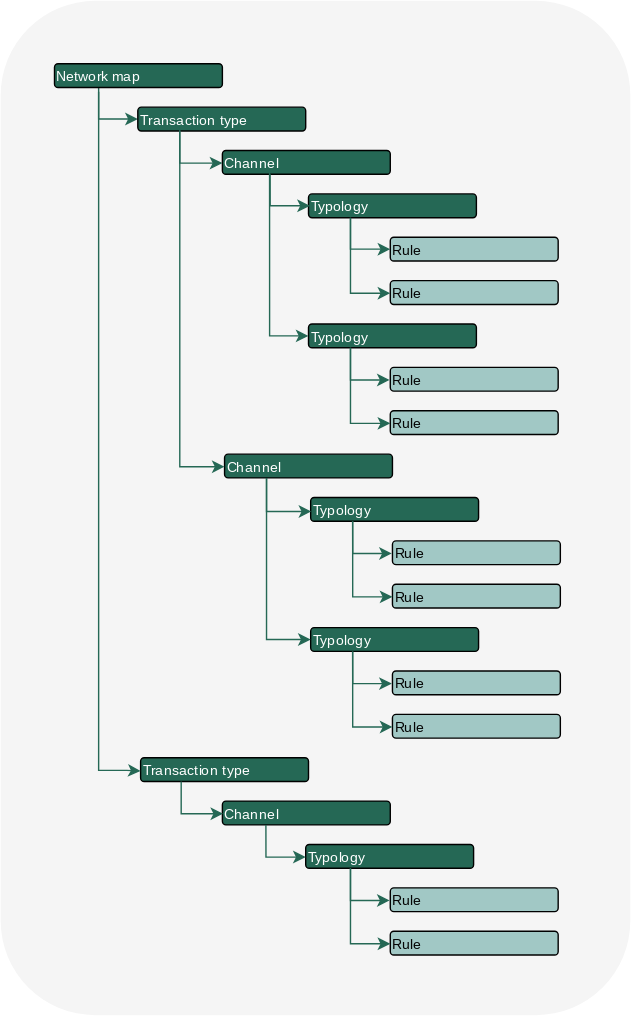
Earlier version of the draw.io export images/tazama-network-map-structure.drawio.svg (tazama-lf/docs). Source tidied: cells renumbered, new cells last; positions are measured from the earlier drawing's top-left corner, leaving out a move shared by most shapes.
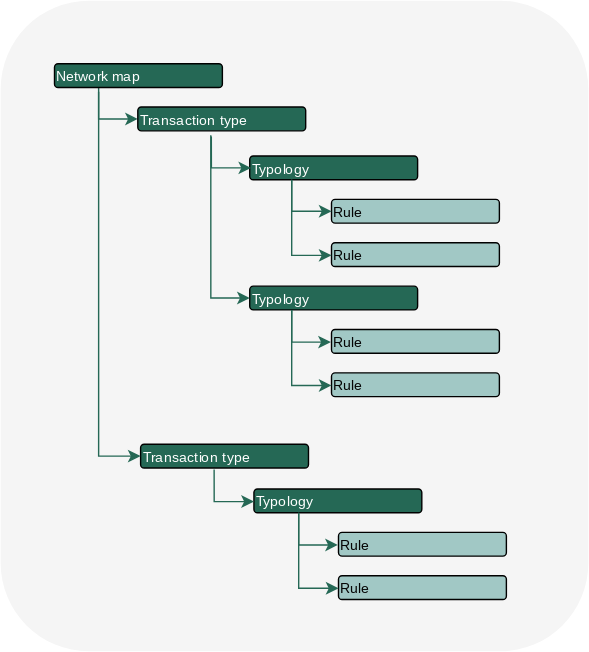
After the commit.

The edit, as a diff of the source:
```diff
@@ -3,7 +3,7 @@
     <mxCell id="0" />
     <mxCell id="1" parent="0" />
     <mxCell id="2" style="rounded=1;whiteSpace=wrap;html=1;fontFamily=Open Sans;fontSource=https%3A%2F%2Ffonts.googleapis.com%2Fcss%3Ffamily%3DOpen%2BSans;strokeColor=none;fillColor=#f5f5f5;" parent="1" vertex="1">
-      <mxGeometry width="450" height="725" as="geometry" />
+      <mxGeometry width="420" height="465" as="geometry" />
     </mxCell>
     <mxCell id="3" style="edgeStyle=orthogonalEdgeStyle;rounded=0;jettySize=auto;html=1;entryX=0;entryY=0.5;entryDx=0;entryDy=0;fontFamily=Open Sans;align=left;fontSource=https%3A%2F%2Ffonts.googleapis.com%2Fcss%3Ffamily%3DOpen%2BSans;strokeColor=#256855;" parent="1" edge="1" target="5">
       <mxGeometry relative="1" as="geometry">
@@ -19,229 +19,122 @@
     <mxCell id="5" value="&lt;font color=&quot;#ffffff&quot; style=&quot;font-size: 10px;&quot;&gt;Transaction type&lt;/font&gt;" style="rounded=1;whiteSpace=wrap;html=1;fillColor=#256855;fontFamily=Open Sans;fontSize=10;imageHeight=24;align=left;fontSource=https%3A%2F%2Ffonts.googleapis.com%2Fcss%3Ffamily%3DOpen%2BSans;" parent="1" vertex="1">
       <mxGeometry x="98" y="76" width="120" height="17" as="geometry" />
     </mxCell>
-    <mxCell id="6" value="&lt;font color=&quot;#ffffff&quot; style=&quot;font-size: 10px;&quot;&gt;Channel&lt;/font&gt;" style="rounded=1;whiteSpace=wrap;html=1;fillColor=#256855;fontFamily=Open Sans;fontSize=10;imageHeight=24;align=left;fontSource=https%3A%2F%2Ffonts.googleapis.com%2Fcss%3Ffamily%3DOpen%2BSans;" parent="1" vertex="1">
-      <mxGeometry x="158.4" y="107" width="120" height="17" as="geometry" />
-    </mxCell>
     <mxCell id="7" value="&lt;font style=&quot;font-size: 10px;&quot;&gt;Rule&lt;/font&gt;" style="rounded=1;whiteSpace=wrap;html=1;fillColor=#a1c8c5;fontFamily=Open Sans;fontSize=10;align=left;imageHeight=24;fontSource=https%3A%2F%2Ffonts.googleapis.com%2Fcss%3Ffamily%3DOpen%2BSans;fontColor=#050505;" parent="1" vertex="1">
-      <mxGeometry x="278.4" y="169" width="120" height="17" as="geometry" />
+      <mxGeometry x="236.4" y="142" width="120" height="17" as="geometry" />
     </mxCell>
     <mxCell id="8" value="&lt;font color=&quot;#ffffff&quot; style=&quot;font-size: 10px;&quot;&gt;Typology&lt;/font&gt;" style="rounded=1;whiteSpace=wrap;html=1;fillColor=#256855;fontFamily=Open Sans;fontSize=10;imageHeight=24;align=left;fontSource=https%3A%2F%2Ffonts.googleapis.com%2Fcss%3Ffamily%3DOpen%2BSans;" parent="1" vertex="1">
-      <mxGeometry x="220" y="138" width="120" height="17" as="geometry" />
+      <mxGeometry x="178" y="111" width="120" height="17" as="geometry" />
     </mxCell>
     <mxCell id="9" value="&lt;font style=&quot;font-size: 10px;&quot;&gt;Rule&lt;/font&gt;" style="rounded=1;whiteSpace=wrap;html=1;fillColor=#a1c8c5;fontFamily=Open Sans;fontSize=10;align=left;imageHeight=24;fontSource=https%3A%2F%2Ffonts.googleapis.com%2Fcss%3Ffamily%3DOpen%2BSans;fontColor=#050505;" parent="1" vertex="1">
-      <mxGeometry x="278.4" y="200" width="120" height="17" as="geometry" />
+      <mxGeometry x="236.4" y="173" width="120" height="17" as="geometry" />
     </mxCell>
     <mxCell id="10" value="&lt;font color=&quot;#ffffff&quot; style=&quot;font-size: 10px;&quot;&gt;Transaction type&lt;/font&gt;" style="rounded=1;whiteSpace=wrap;html=1;fillColor=#256855;fontFamily=Open Sans;fontSize=10;imageHeight=24;align=left;fontSource=https%3A%2F%2Ffonts.googleapis.com%2Fcss%3Ffamily%3DOpen%2BSans;" parent="1" vertex="1">
-      <mxGeometry x="100" y="541" width="120" height="17" as="geometry" />
+      <mxGeometry x="100" y="317" width="120" height="17" as="geometry" />
     </mxCell>
-    <mxCell id="11" value="&lt;font color=&quot;#ffffff&quot; style=&quot;font-size: 10px;&quot;&gt;Channel&lt;/font&gt;" style="rounded=1;whiteSpace=wrap;html=1;fillColor=#256855;fontFamily=Open Sans;fontSize=10;imageHeight=24;align=left;fontSource=https%3A%2F%2Ffonts.googleapis.com%2Fcss%3Ffamily%3DOpen%2BSans;" parent="1" vertex="1">
-      <mxGeometry x="158.4" y="572" width="120" height="17" as="geometry" />
-    </mxCell>
     <mxCell id="12" value="&lt;font style=&quot;font-size: 10px;&quot;&gt;Rule&lt;/font&gt;" style="rounded=1;whiteSpace=wrap;html=1;fillColor=#a1c8c5;fontFamily=Open Sans;fontSize=10;align=left;imageHeight=24;fontSource=https%3A%2F%2Ffonts.googleapis.com%2Fcss%3Ffamily%3DOpen%2BSans;fontColor=#050505;" parent="1" vertex="1">
-      <mxGeometry x="278.4" y="634" width="120" height="17" as="geometry" />
+      <mxGeometry x="241.4" y="380" width="120" height="17" as="geometry" />
     </mxCell>
     <mxCell id="13" value="&lt;font color=&quot;#ffffff&quot; style=&quot;font-size: 10px;&quot;&gt;Typology&lt;/font&gt;" style="rounded=1;whiteSpace=wrap;html=1;fillColor=#256855;fontFamily=Open Sans;fontSize=10;imageHeight=24;align=left;fontSource=https%3A%2F%2Ffonts.googleapis.com%2Fcss%3Ffamily%3DOpen%2BSans;" parent="1" vertex="1">
-      <mxGeometry x="218" y="603" width="120" height="17" as="geometry" />
+      <mxGeometry x="181" y="349" width="120" height="17" as="geometry" />
     </mxCell>
     <mxCell id="14" value="&lt;font style=&quot;font-size: 10px;&quot;&gt;Rule&lt;/font&gt;" style="rounded=1;whiteSpace=wrap;html=1;fillColor=#a1c8c5;fontFamily=Open Sans;fontSize=10;align=left;imageHeight=24;fontSource=https%3A%2F%2Ffonts.googleapis.com%2Fcss%3Ffamily%3DOpen%2BSans;fontColor=#050505;" parent="1" vertex="1">
-      <mxGeometry x="278.4" y="665" width="120" height="17" as="geometry" />
+      <mxGeometry x="241.4" y="411" width="120" height="17" as="geometry" />
     </mxCell>
     <mxCell id="15" value="&lt;font style=&quot;font-size: 10px;&quot;&gt;Rule&lt;/font&gt;" style="rounded=1;whiteSpace=wrap;html=1;fillColor=#a1c8c5;fontFamily=Open Sans;fontSize=10;align=left;imageHeight=24;fontSource=https%3A%2F%2Ffonts.googleapis.com%2Fcss%3Ffamily%3DOpen%2BSans;fontColor=#050505;" parent="1" vertex="1">
-      <mxGeometry x="278.4" y="262" width="120" height="17" as="geometry" />
+      <mxGeometry x="236.4" y="235" width="120" height="17" as="geometry" />
     </mxCell>
     <mxCell id="16" value="&lt;font color=&quot;#ffffff&quot; style=&quot;font-size: 10px;&quot;&gt;Typology&lt;/font&gt;" style="rounded=1;whiteSpace=wrap;html=1;fillColor=#256855;fontFamily=Open Sans;fontSize=10;imageHeight=24;align=left;fontSource=https%3A%2F%2Ffonts.googleapis.com%2Fcss%3Ffamily%3DOpen%2BSans;" parent="1" vertex="1">
-      <mxGeometry x="220" y="231" width="120" height="17" as="geometry" />
+      <mxGeometry x="178" y="204" width="120" height="17" as="geometry" />
     </mxCell>
     <mxCell id="17" value="&lt;font style=&quot;font-size: 10px;&quot;&gt;Rule&lt;/font&gt;" style="rounded=1;whiteSpace=wrap;html=1;fillColor=#a1c8c5;fontFamily=Open Sans;fontSize=10;align=left;imageHeight=24;fontSource=https%3A%2F%2Ffonts.googleapis.com%2Fcss%3Ffamily%3DOpen%2BSans;fontColor=#050505;" parent="1" vertex="1">
-      <mxGeometry x="278.4" y="293" width="120" height="17" as="geometry" />
+      <mxGeometry x="236.4" y="266" width="120" height="17" as="geometry" />
     </mxCell>
-    <mxCell id="18" value="&lt;font color=&quot;#ffffff&quot; style=&quot;font-size: 10px;&quot;&gt;Channel&lt;/font&gt;" style="rounded=1;whiteSpace=wrap;html=1;fillColor=#256855;fontFamily=Open Sans;fontSize=10;imageHeight=24;align=left;fontSource=https%3A%2F%2Ffonts.googleapis.com%2Fcss%3Ffamily%3DOpen%2BSans;" parent="1" vertex="1">
-      <mxGeometry x="160" y="324" width="120" height="17" as="geometry" />
-    </mxCell>
-    <mxCell id="19" value="&lt;font style=&quot;font-size: 10px;&quot;&gt;Rule&lt;/font&gt;" style="rounded=1;whiteSpace=wrap;html=1;fillColor=#a1c8c5;fontFamily=Open Sans;fontSize=10;align=left;imageHeight=24;fontSource=https%3A%2F%2Ffonts.googleapis.com%2Fcss%3Ffamily%3DOpen%2BSans;fontColor=#050505;" parent="1" vertex="1">
-      <mxGeometry x="280" y="386" width="120" height="17" as="geometry" />
-    </mxCell>
-    <mxCell id="20" value="&lt;font color=&quot;#ffffff&quot; style=&quot;font-size: 10px;&quot;&gt;Typology&lt;/font&gt;" style="rounded=1;whiteSpace=wrap;html=1;fillColor=#256855;fontFamily=Open Sans;fontSize=10;imageHeight=24;align=left;fontSource=https%3A%2F%2Ffonts.googleapis.com%2Fcss%3Ffamily%3DOpen%2BSans;" parent="1" vertex="1">
-      <mxGeometry x="221.6" y="355" width="120" height="17" as="geometry" />
-    </mxCell>
-    <mxCell id="21" value="&lt;font style=&quot;font-size: 10px;&quot;&gt;Rule&lt;/font&gt;" style="rounded=1;whiteSpace=wrap;html=1;fillColor=#a1c8c5;fontFamily=Open Sans;fontSize=10;align=left;imageHeight=24;fontSource=https%3A%2F%2Ffonts.googleapis.com%2Fcss%3Ffamily%3DOpen%2BSans;fontColor=#050505;" parent="1" vertex="1">
-      <mxGeometry x="280" y="417" width="120" height="17" as="geometry" />
-    </mxCell>
-    <mxCell id="22" value="&lt;font style=&quot;font-size: 10px;&quot;&gt;Rule&lt;/font&gt;" style="rounded=1;whiteSpace=wrap;html=1;fillColor=#a1c8c5;fontFamily=Open Sans;fontSize=10;align=left;imageHeight=24;fontSource=https%3A%2F%2Ffonts.googleapis.com%2Fcss%3Ffamily%3DOpen%2BSans;fontColor=#050505;" parent="1" vertex="1">
-      <mxGeometry x="280" y="479" width="120" height="17" as="geometry" />
-    </mxCell>
-    <mxCell id="23" value="&lt;font color=&quot;#ffffff&quot; style=&quot;font-size: 10px;&quot;&gt;Typology&lt;/font&gt;" style="rounded=1;whiteSpace=wrap;html=1;fillColor=#256855;fontFamily=Open Sans;fontSize=10;imageHeight=24;align=left;fontSource=https%3A%2F%2Ffonts.googleapis.com%2Fcss%3Ffamily%3DOpen%2BSans;" parent="1" vertex="1">
-      <mxGeometry x="221.6" y="448" width="120" height="17" as="geometry" />
-    </mxCell>
-    <mxCell id="24" value="&lt;font style=&quot;font-size: 10px;&quot;&gt;Rule&lt;/font&gt;" style="rounded=1;whiteSpace=wrap;html=1;fillColor=#a1c8c5;fontFamily=Open Sans;fontSize=10;align=left;imageHeight=24;fontSource=https%3A%2F%2Ffonts.googleapis.com%2Fcss%3Ffamily%3DOpen%2BSans;fontColor=#050505;" parent="1" vertex="1">
-      <mxGeometry x="280" y="510" width="120" height="17" as="geometry" />
-    </mxCell>
     <mxCell id="25" style="edgeStyle=orthogonalEdgeStyle;rounded=0;orthogonalLoop=1;jettySize=auto;html=1;entryX=0;entryY=0.5;entryDx=0;entryDy=0;fontFamily=Open Sans;align=left;fontSource=https%3A%2F%2Ffonts.googleapis.com%2Fcss%3Ffamily%3DOpen%2BSans;strokeColor=#256855;" parent="1" edge="1">
       <mxGeometry relative="1" as="geometry">
-        <mxPoint x="192.6" y="124" as="sourcePoint" />
-        <mxPoint x="221" y="146.5" as="targetPoint" />
+        <mxPoint x="150.6" y="97" as="sourcePoint" />
+        <mxPoint x="179" y="119.5" as="targetPoint" />
         <Array as="points">
-          <mxPoint x="193" y="147" />
+          <mxPoint x="151" y="120" />
         </Array>
       </mxGeometry>
     </mxCell>
     <mxCell id="26" style="edgeStyle=orthogonalEdgeStyle;rounded=0;jettySize=auto;html=1;entryX=0;entryY=0.5;entryDx=0;entryDy=0;fontFamily=Open Sans;align=left;fontSource=https%3A%2F%2Ffonts.googleapis.com%2Fcss%3Ffamily%3DOpen%2BSans;strokeColor=#256855;" parent="1" edge="1" target="7">
       <mxGeometry relative="1" as="geometry">
-        <mxPoint x="250" y="155" as="sourcePoint" />
+        <mxPoint x="208" y="128" as="sourcePoint" />
         <Array as="points">
-          <mxPoint x="250" y="178" />
+          <mxPoint x="208" y="151" />
         </Array>
       </mxGeometry>
     </mxCell>
-    <mxCell id="27" style="edgeStyle=orthogonalEdgeStyle;rounded=0;jettySize=auto;html=1;entryX=0;entryY=0.5;entryDx=0;entryDy=0;exitX=0.25;exitY=1;exitDx=0;exitDy=0;fontFamily=Open Sans;align=left;fontSource=https%3A%2F%2Ffonts.googleapis.com%2Fcss%3Ffamily%3DOpen%2BSans;strokeColor=#256855;" parent="1" edge="1" source="5">
-      <mxGeometry relative="1" as="geometry">
-        <mxPoint x="158.4" y="116" as="targetPoint" />
-        <Array as="points">
-          <mxPoint x="128" y="116" />
-        </Array>
-      </mxGeometry>
-    </mxCell>
     <mxCell id="28" style="edgeStyle=orthogonalEdgeStyle;rounded=0;orthogonalLoop=1;jettySize=auto;html=1;entryX=0;entryY=0.5;entryDx=0;entryDy=0;fontFamily=Open Sans;align=left;fontSource=https%3A%2F%2Ffonts.googleapis.com%2Fcss%3Ffamily%3DOpen%2BSans;strokeColor=#256855;" parent="1" edge="1">
       <mxGeometry relative="1" as="geometry">
-        <mxPoint x="250" y="155" as="sourcePoint" />
-        <mxPoint x="278.4" y="209" as="targetPoint" />
+        <mxPoint x="208" y="128" as="sourcePoint" />
+        <mxPoint x="236.4" y="182" as="targetPoint" />
         <Array as="points">
-          <mxPoint x="250.4" y="209" />
+          <mxPoint x="208.4" y="182" />
         </Array>
       </mxGeometry>
     </mxCell>
     <mxCell id="29" style="edgeStyle=orthogonalEdgeStyle;rounded=0;orthogonalLoop=1;jettySize=auto;html=1;entryX=0;entryY=0.5;entryDx=0;entryDy=0;fontFamily=Open Sans;align=left;fontSource=https%3A%2F%2Ffonts.googleapis.com%2Fcss%3Ffamily%3DOpen%2BSans;strokeColor=#256855;" parent="1" edge="1">
       <mxGeometry relative="1" as="geometry">
-        <mxPoint x="250" y="248" as="sourcePoint" />
-        <mxPoint x="278" y="271" as="targetPoint" />
+        <mxPoint x="208" y="221" as="sourcePoint" />
+        <mxPoint x="236" y="244" as="targetPoint" />
         <Array as="points">
-          <mxPoint x="250" y="271" />
+          <mxPoint x="208" y="244" />
         </Array>
       </mxGeometry>
     </mxCell>
     <mxCell id="30" style="edgeStyle=orthogonalEdgeStyle;rounded=0;orthogonalLoop=1;jettySize=auto;html=1;entryX=0;entryY=0.5;entryDx=0;entryDy=0;fontFamily=Open Sans;align=left;fontSource=https%3A%2F%2Ffonts.googleapis.com%2Fcss%3Ffamily%3DOpen%2BSans;strokeColor=#256855;" parent="1" edge="1">
       <mxGeometry relative="1" as="geometry">
-        <mxPoint x="250" y="248" as="sourcePoint" />
-        <mxPoint x="278.4" y="302" as="targetPoint" />
+        <mxPoint x="208" y="221" as="sourcePoint" />
+        <mxPoint x="236.4" y="275" as="targetPoint" />
         <Array as="points">
-          <mxPoint x="250.4" y="302" />
+          <mxPoint x="208.4" y="275" />
         </Array>
       </mxGeometry>
     </mxCell>
-    <mxCell id="31" style="edgeStyle=orthogonalEdgeStyle;rounded=0;orthogonalLoop=1;jettySize=auto;html=1;exitX=0.25;exitY=1;exitDx=0;exitDy=0;fontFamily=Open Sans;align=left;fontSource=https%3A%2F%2Ffonts.googleapis.com%2Fcss%3Ffamily%3DOpen%2BSans;strokeColor=#256855;" parent="1" edge="1">
-      <mxGeometry relative="1" as="geometry">
-        <mxPoint x="128" y="91" as="sourcePoint" />
-        <mxPoint x="160" y="333" as="targetPoint" />
-        <Array as="points">
-          <mxPoint x="128" y="333" />
-        </Array>
-      </mxGeometry>
-    </mxCell>
-    <mxCell id="32" style="edgeStyle=orthogonalEdgeStyle;rounded=0;orthogonalLoop=1;jettySize=auto;html=1;entryX=0;entryY=0.5;entryDx=0;entryDy=0;fontFamily=Open Sans;align=left;fontSource=https%3A%2F%2Ffonts.googleapis.com%2Fcss%3Ffamily%3DOpen%2BSans;strokeColor=#256855;" parent="1" edge="1">
-      <mxGeometry relative="1" as="geometry">
-        <mxPoint x="251.6" y="372" as="sourcePoint" />
-        <mxPoint x="279.6" y="395" as="targetPoint" />
-        <Array as="points">
-          <mxPoint x="251.6" y="395" />
-        </Array>
-      </mxGeometry>
-    </mxCell>
-    <mxCell id="33" style="edgeStyle=orthogonalEdgeStyle;rounded=0;orthogonalLoop=1;jettySize=auto;html=1;entryX=0;entryY=0.5;entryDx=0;entryDy=0;fontFamily=Open Sans;align=left;fontSource=https%3A%2F%2Ffonts.googleapis.com%2Fcss%3Ffamily%3DOpen%2BSans;strokeColor=#256855;" parent="1" edge="1">
-      <mxGeometry relative="1" as="geometry">
-        <mxPoint x="251.6" y="372" as="sourcePoint" />
-        <mxPoint x="280" y="426" as="targetPoint" />
-        <Array as="points">
-          <mxPoint x="252" y="426" />
-        </Array>
-      </mxGeometry>
-    </mxCell>
-    <mxCell id="34" style="edgeStyle=orthogonalEdgeStyle;rounded=0;jettySize=auto;html=1;entryX=0;entryY=0.5;entryDx=0;entryDy=0;fontFamily=Open Sans;align=left;fontSource=https%3A%2F%2Ffonts.googleapis.com%2Fcss%3Ffamily%3DOpen%2BSans;strokeColor=#256855;exitX=0.281;exitY=0.95;exitDx=0;exitDy=0;exitPerimeter=0;" parent="1" edge="1" source="6" target="16">
+    <mxCell id="34" style="edgeStyle=orthogonalEdgeStyle;rounded=0;jettySize=auto;html=1;entryX=0;entryY=0.5;entryDx=0;entryDy=0;fontFamily=Open Sans;align=left;fontSource=https%3A%2F%2Ffonts.googleapis.com%2Fcss%3Ffamily%3DOpen%2BSans;strokeColor=#256855;exitX=0.281;exitY=0.95;exitDx=0;exitDy=0;exitPerimeter=0;" parent="1" edge="1" target="16">
       <mxGeometry relative="1" as="geometry">
+        <mxPoint x="150.2" y="96.2" as="sourcePoint" />
         <Array as="points">
-          <mxPoint x="192" y="240" />
+          <mxPoint x="150" y="213" />
         </Array>
       </mxGeometry>
     </mxCell>
-    <mxCell id="35" style="edgeStyle=orthogonalEdgeStyle;rounded=0;jettySize=auto;html=1;exitX=0.25;exitY=1;exitDx=0;exitDy=0;fontFamily=Open Sans;align=left;fontSource=https%3A%2F%2Ffonts.googleapis.com%2Fcss%3Ffamily%3DOpen%2BSans;strokeColor=#256855;entryX=0;entryY=0.5;entryDx=0;entryDy=0;" parent="1" edge="1" source="18" target="23">
-      <mxGeometry relative="1" as="geometry">
-        <Array as="points">
-          <mxPoint x="190" y="457" />
-        </Array>
-      </mxGeometry>
-    </mxCell>
-    <mxCell id="36" style="edgeStyle=orthogonalEdgeStyle;rounded=0;orthogonalLoop=1;jettySize=auto;html=1;entryX=0;entryY=0.5;entryDx=0;entryDy=0;fontFamily=Open Sans;align=left;fontSource=https%3A%2F%2Ffonts.googleapis.com%2Fcss%3Ffamily%3DOpen%2BSans;strokeColor=#256855;" parent="1" edge="1">
-      <mxGeometry relative="1" as="geometry">
-        <mxPoint x="251.6" y="465" as="sourcePoint" />
-        <mxPoint x="279.6" y="488" as="targetPoint" />
-        <Array as="points">
-          <mxPoint x="251.6" y="488" />
-        </Array>
-      </mxGeometry>
-    </mxCell>
-    <mxCell id="37" style="edgeStyle=orthogonalEdgeStyle;rounded=0;orthogonalLoop=1;jettySize=auto;html=1;entryX=0;entryY=0.5;entryDx=0;entryDy=0;fontFamily=Open Sans;align=left;fontSource=https%3A%2F%2Ffonts.googleapis.com%2Fcss%3Ffamily%3DOpen%2BSans;strokeColor=#256855;" parent="1" edge="1">
-      <mxGeometry relative="1" as="geometry">
-        <mxPoint x="251.6" y="465" as="sourcePoint" />
-        <mxPoint x="280" y="519" as="targetPoint" />
-        <Array as="points">
-          <mxPoint x="252" y="519" />
-        </Array>
-      </mxGeometry>
-    </mxCell>
-    <mxCell id="38" style="edgeStyle=orthogonalEdgeStyle;rounded=0;orthogonalLoop=1;jettySize=auto;html=1;entryX=0;entryY=0.5;entryDx=0;entryDy=0;exitX=0.25;exitY=1;exitDx=0;exitDy=0;fontFamily=Open Sans;align=left;fontSource=https%3A%2F%2Ffonts.googleapis.com%2Fcss%3Ffamily%3DOpen%2BSans;strokeColor=#256855;" parent="1" edge="1">
-      <mxGeometry relative="1" as="geometry">
-        <mxPoint x="129" y="558" as="sourcePoint" />
-        <mxPoint x="159" y="581" as="targetPoint" />
-        <Array as="points">
-          <mxPoint x="129" y="581" />
-        </Array>
-      </mxGeometry>
-    </mxCell>
     <mxCell id="39" style="edgeStyle=orthogonalEdgeStyle;rounded=0;orthogonalLoop=1;jettySize=auto;html=1;entryX=0;entryY=0.5;entryDx=0;entryDy=0;fontFamily=Open Sans;align=left;fontSource=https%3A%2F%2Ffonts.googleapis.com%2Fcss%3Ffamily%3DOpen%2BSans;strokeColor=#256855;" parent="1" edge="1">
       <mxGeometry relative="1" as="geometry">
-        <mxPoint x="189.6" y="589" as="sourcePoint" />
-        <mxPoint x="218" y="612" as="targetPoint" />
+        <mxPoint x="152.6" y="335" as="sourcePoint" />
+        <mxPoint x="181" y="358" as="targetPoint" />
         <Array as="points">
-          <mxPoint x="190" y="612" />
+          <mxPoint x="153" y="358" />
         </Array>
       </mxGeometry>
     </mxCell>
     <mxCell id="40" style="edgeStyle=orthogonalEdgeStyle;rounded=0;orthogonalLoop=1;jettySize=auto;html=1;entryX=0;entryY=0.5;entryDx=0;entryDy=0;fontFamily=Open Sans;align=left;fontSource=https%3A%2F%2Ffonts.googleapis.com%2Fcss%3Ffamily%3DOpen%2BSans;strokeColor=#256855;" parent="1" edge="1">
       <mxGeometry relative="1" as="geometry">
-        <mxPoint x="250" y="620" as="sourcePoint" />
-        <mxPoint x="278" y="643" as="targetPoint" />
+        <mxPoint x="213" y="366" as="sourcePoint" />
+        <mxPoint x="241" y="389" as="targetPoint" />
         <Array as="points">
-          <mxPoint x="250" y="643" />
+          <mxPoint x="213" y="389" />
         </Array>
       </mxGeometry>
     </mxCell>
     <mxCell id="41" style="edgeStyle=orthogonalEdgeStyle;rounded=0;orthogonalLoop=1;jettySize=auto;html=1;entryX=0;entryY=0.5;entryDx=0;entryDy=0;fontFamily=Open Sans;align=left;fontSource=https%3A%2F%2Ffonts.googleapis.com%2Fcss%3Ffamily%3DOpen%2BSans;strokeColor=#256855;" parent="1" edge="1">
       <mxGeometry relative="1" as="geometry">
-        <mxPoint x="250" y="620" as="sourcePoint" />
-        <mxPoint x="278.4" y="674" as="targetPoint" />
+        <mxPoint x="213" y="366" as="sourcePoint" />
+        <mxPoint x="241.4" y="420" as="targetPoint" />
         <Array as="points">
-          <mxPoint x="250.4" y="674" />
+          <mxPoint x="213.4" y="420" />
         </Array>
       </mxGeometry>
     </mxCell>
-    <mxCell id="42" style="edgeStyle=orthogonalEdgeStyle;rounded=0;orthogonalLoop=1;jettySize=auto;html=1;fontFamily=Open Sans;align=left;fontSource=https%3A%2F%2Ffonts.googleapis.com%2Fcss%3Ffamily%3DOpen%2BSans;strokeColor=#256855;entryX=0;entryY=0.5;entryDx=0;entryDy=0;" parent="1" edge="1">
+    <mxCell id="42" style="edgeStyle=orthogonalEdgeStyle;rounded=0;jettySize=auto;html=1;fontFamily=Open Sans;align=left;fontSource=https%3A%2F%2Ffonts.googleapis.com%2Fcss%3Ffamily%3DOpen%2BSans;strokeColor=#256855;entryX=0;entryY=0.5;entryDx=0;entryDy=0;" parent="1" edge="1" target="10">
       <mxGeometry relative="1" as="geometry">
         <mxPoint x="70" y="65" as="sourcePoint" />
-        <mxPoint x="100" y="550.5" as="targetPoint" />
         <Array as="points">
-          <mxPoint x="70" y="76" />
-          <mxPoint x="70" y="76" />
-          <mxPoint x="70" y="550" />
-          <mxPoint x="90" y="550" />
+          <mxPoint x="70" y="326" />
         </Array>
       </mxGeometry>
     </mxCell>
-    <mxCell id="43" style="edgeStyle=orthogonalEdgeStyle;rounded=0;jettySize=auto;html=1;exitX=0.25;exitY=1;exitDx=0;exitDy=0;fontFamily=Open Sans;align=left;fontSource=https%3A%2F%2Ffonts.googleapis.com%2Fcss%3Ffamily%3DOpen%2BSans;strokeColor=#256855;" parent="1" edge="1" source="18">
-      <mxGeometry relative="1" as="geometry">
-        <mxPoint x="222" y="365" as="targetPoint" />
-        <Array as="points">
-          <mxPoint x="190" y="365" />
-        </Array>
-      </mxGeometry>
-    </mxCell>
   </root>
 </mxGraphModel>
```
